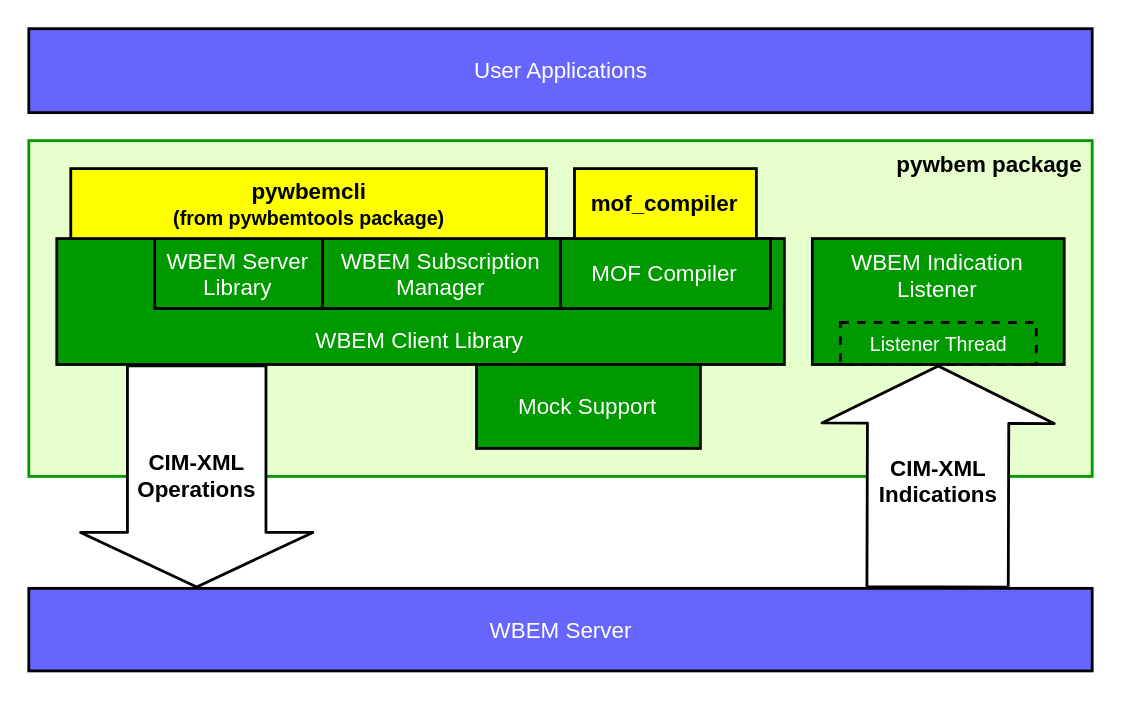
Above: images/pywbemcomponents.svg in pywbem/pywbem (draw.io), before the change. Source tidied: cells renumbered, new cells last; positions are measured from the earlier drawing's top-left corner, leaving out a move shared by most shapes.
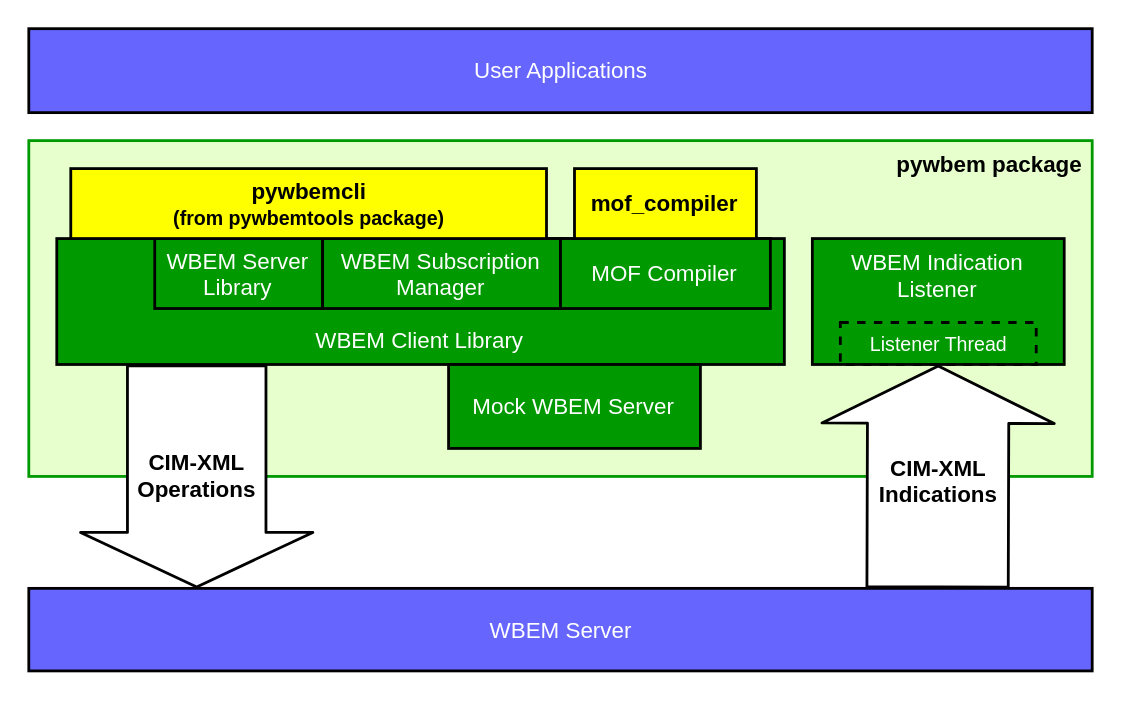
After the change.

Change to the diagram source:
```diff
@@ -35,8 +35,8 @@
     <mxCell id="10" value="MOF Compiler" style="rounded=0;whiteSpace=wrap;html=1;labelBackgroundColor=none;strokeColor=#000000;strokeWidth=2;fillColor=#009900;fontSize=16;fontColor=#FFFFFF;" parent="1" vertex="1">
       <mxGeometry x="400" y="170" width="150" height="50" as="geometry" />
     </mxCell>
-    <mxCell id="11" value="Mock Support" style="rounded=0;whiteSpace=wrap;html=1;labelBackgroundColor=none;strokeColor=#000000;strokeWidth=2;fillColor=#009900;fontSize=16;fontColor=#FFFFFF;" parent="1" vertex="1">
-      <mxGeometry x="340" y="260" width="160" height="60" as="geometry" />
+    <mxCell id="11" value="Mock WBEM Server" style="rounded=0;whiteSpace=wrap;html=1;labelBackgroundColor=none;strokeColor=#000000;strokeWidth=2;fillColor=#009900;fontSize=16;fontColor=#FFFFFF;" parent="1" vertex="1">
+      <mxGeometry x="320" y="260" width="180" height="60" as="geometry" />
     </mxCell>
     <mxCell id="12" value="&lt;b style=&quot;font-size: 16px;&quot;&gt;mof_compiler&lt;/b&gt;" style="rounded=0;whiteSpace=wrap;html=1;labelBackgroundColor=none;strokeColor=#000000;strokeWidth=2;fillColor=#FFFF00;fontSize=16;fontColor=#000000;" parent="1" vertex="1">
       <mxGeometry x="410" y="120" width="130" height="50" as="geometry" />
```
